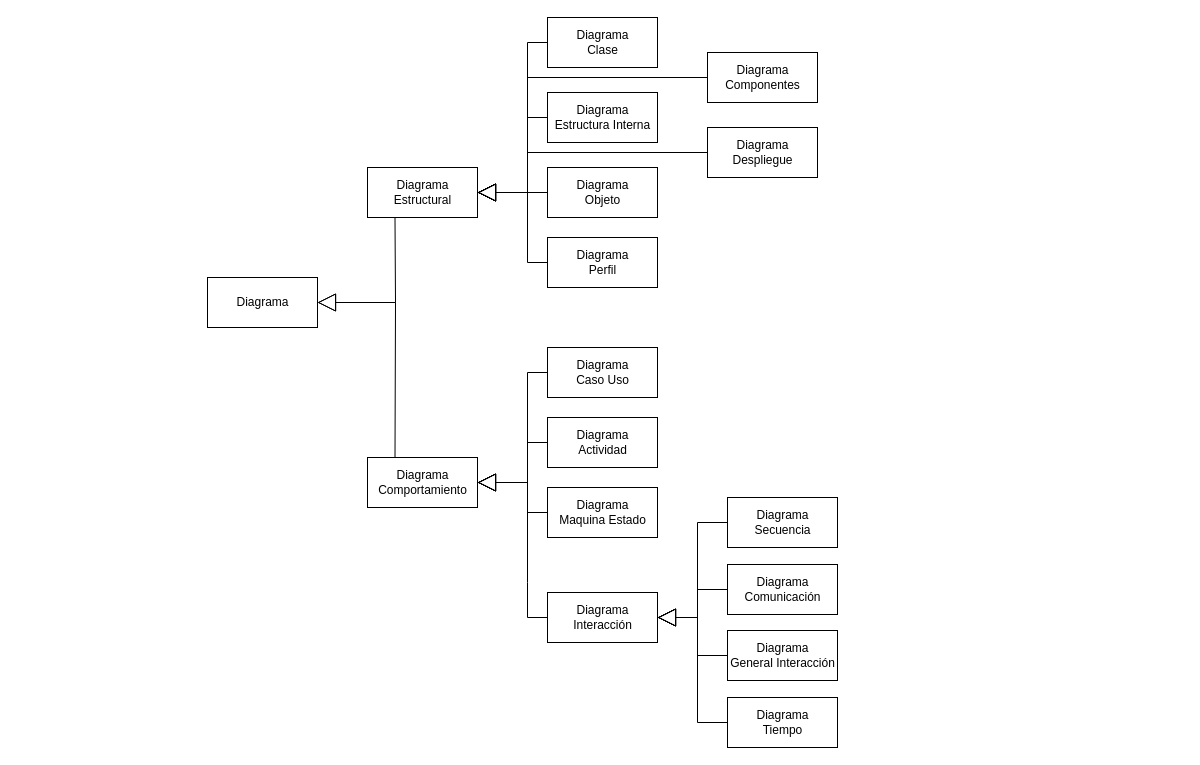
Before: umlDiagram.drawio in mpaulaherrero/IS, a draw.io diagram. Source tidied: cells renumbered, new cells numbered last; positions are measured from the earlier drawing's top-left corner, leaving out a move shared by most shapes. Both pictures are drawn from the tidied source at 100%, with x=0, y=0 at pixel (207, 17).
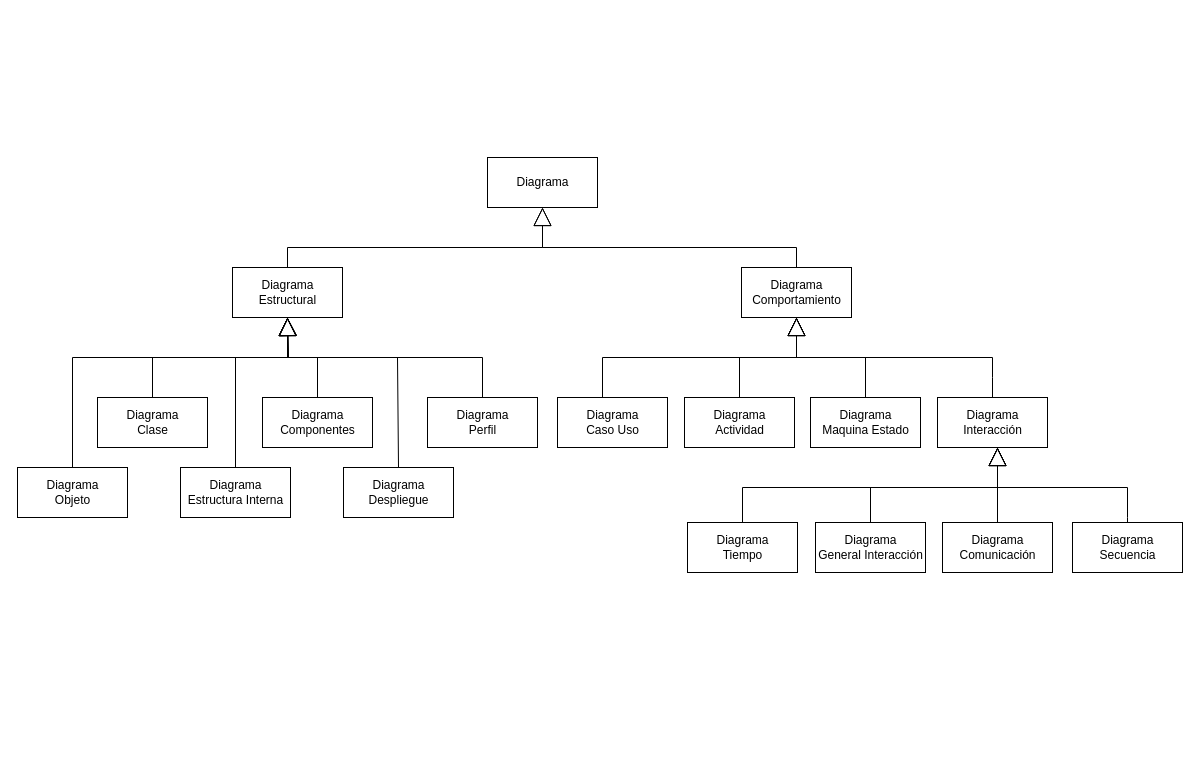
Above is the later version.

Diff of the diagram source:
```diff
@@
     <mxCell id="2" value="Diagrama" style="html=1;" parent="1" vertex="1">
-      <mxGeometry y="260" width="110" height="50" as="geometry" />
+      <mxGeometry x="280" y="140" width="110" height="50" as="geometry" />
     </mxCell>
     <mxCell id="3" value="&lt;div&gt;Diagrama &lt;br&gt;&lt;/div&gt;&lt;div&gt;Estructural&lt;/div&gt;" style="html=1;" parent="1" vertex="1">
-      <mxGeometry x="160" y="150" width="110" height="50" as="geometry" />
+      <mxGeometry x="25" y="250" width="110" height="50" as="geometry" />
     </mxCell>
     <mxCell id="4" value="&lt;div&gt;Diagrama &lt;br&gt;&lt;/div&gt;&lt;div&gt;Comportamiento&lt;/div&gt;" style="html=1;" parent="1" vertex="1">
-      <mxGeometry x="160" y="440" width="110" height="50" as="geometry" />
+      <mxGeometry x="534" y="250" width="110" height="50" as="geometry" />
     </mxCell>
-    <mxCell id="5" style="endArrow=block;endSize=16;endFill=0;html=1;rounded=0;entryX=1;entryY=0.5;entryDx=0;entryDy=0;exitX=0.25;exitY=0;exitDx=0;exitDy=0;" parent="1" edge="1" source="4" target="2">
+    <mxCell id="5" style="endArrow=block;endSize=16;endFill=0;html=1;rounded=0;exitX=0.5;exitY=0;exitDx=0;exitDy=0;entryX=0.5;entryY=1;entryDx=0;entryDy=0;" parent="1" edge="1" source="4" target="2">
       <mxGeometry relative="1" as="geometry">
         <Array as="points">
-          <mxPoint x="188" y="285" />
+          <mxPoint x="589" y="230" />
+          <mxPoint x="335" y="230" />
         </Array>
       </mxGeometry>
     </mxCell>
-    <mxCell id="6" style="endArrow=block;endSize=16;endFill=0;html=1;rounded=0;exitX=0.25;exitY=1;exitDx=0;exitDy=0;" parent="1" edge="1" source="3" target="2">
+    <mxCell id="6" style="endArrow=block;endSize=16;endFill=0;html=1;rounded=0;exitX=0.5;exitY=0;exitDx=0;exitDy=0;entryX=0.5;entryY=1;entryDx=0;entryDy=0;" parent="1" edge="1" source="3" target="2">
       <mxGeometry relative="1" as="geometry">
         <Array as="points">
-          <mxPoint x="188" y="285" />
+          <mxPoint x="80" y="230" />
+          <mxPoint x="335" y="230" />
         </Array>
       </mxGeometry>
     </mxCell>
     <mxCell id="7" value="&lt;div&gt;Diagrama &lt;br&gt;&lt;/div&gt;&lt;div&gt;Clase&lt;/div&gt;" style="html=1;" parent="1" vertex="1">
-      <mxGeometry x="340" width="110" height="50" as="geometry" />
+      <mxGeometry x="-110" y="380" width="110" height="50" as="geometry" />
     </mxCell>
-    <mxCell id="8" style="endArrow=block;endSize=16;endFill=0;html=1;rounded=0;exitX=0;exitY=0.5;exitDx=0;exitDy=0;entryX=1;entryY=0.5;entryDx=0;entryDy=0;" parent="1" edge="1" source="7" target="3">
+    <mxCell id="8" style="endArrow=block;endSize=16;endFill=0;html=1;rounded=0;exitX=0.5;exitY=0;exitDx=0;exitDy=0;entryX=0.5;entryY=1;entryDx=0;entryDy=0;" parent="1" edge="1" source="7" target="3">
       <mxGeometry relative="1" as="geometry">
         <Array as="points">
-          <mxPoint x="320" y="25" />
-          <mxPoint x="320" y="175" />
+          <mxPoint x="-55" y="340" />
+          <mxPoint x="81" y="340" />
         </Array>
       </mxGeometry>
     </mxCell>
     <mxCell id="9" value="&lt;div&gt;Diagrama &lt;br&gt;&lt;/div&gt;&lt;div&gt;Estructura Interna&lt;br&gt;&lt;/div&gt;" style="html=1;" parent="1" vertex="1">
-      <mxGeometry x="340" y="75" width="110" height="50" as="geometry" />
+      <mxGeometry x="-27" y="450" width="110" height="50" as="geometry" />
     </mxCell>
     <mxCell id="10" value="&lt;div&gt;Diagrama &lt;br&gt;&lt;/div&gt;&lt;div&gt;Actividad&lt;br&gt;&lt;/div&gt;" style="html=1;" parent="1" vertex="1">
-      <mxGeometry x="340" y="400" width="110" height="50" as="geometry" />
+      <mxGeometry x="477" y="380" width="110" height="50" as="geometry" />
     </mxCell>
     <mxCell id="11" value="&lt;div&gt;Diagrama &lt;br&gt;&lt;/div&gt;&lt;div&gt;Componentes&lt;br&gt;&lt;/div&gt;" style="html=1;" parent="1" vertex="1">
-      <mxGeometry x="500" y="35" width="110" height="50" as="geometry" />
+      <mxGeometry x="55" y="380" width="110" height="50" as="geometry" />
     </mxCell>
     <mxCell id="12" value="&lt;div&gt;Diagrama &lt;br&gt;&lt;/div&gt;&lt;div&gt;Despliegue&lt;br&gt;&lt;/div&gt;" style="html=1;" parent="1" vertex="1">
-      <mxGeometry x="500" y="110" width="110" height="50" as="geometry" />
+      <mxGeometry x="136" y="450" width="110" height="50" as="geometry" />
     </mxCell>
     <mxCell id="13" value="&lt;div&gt;Diagrama &lt;br&gt;&lt;/div&gt;&lt;div&gt;Objeto&lt;br&gt;&lt;/div&gt;" style="html=1;" parent="1" vertex="1">
-      <mxGeometry x="340" y="150" width="110" height="50" as="geometry" />
+      <mxGeometry x="-190" y="450" width="110" height="50" as="geometry" />
     </mxCell>
     <mxCell id="14" value="&lt;div&gt;Diagrama &lt;br&gt;&lt;/div&gt;&lt;div&gt;Caso Uso&lt;br&gt;&lt;/div&gt;" style="html=1;" parent="1" vertex="1">
-      <mxGeometry x="340" y="330" width="110" height="50" as="geometry" />
+      <mxGeometry x="350" y="380" width="110" height="50" as="geometry" />
     </mxCell>
     <mxCell id="15" value="&lt;div&gt;Diagrama &lt;br&gt;&lt;/div&gt;&lt;div&gt;Maquina Estado&lt;br&gt;&lt;/div&gt;" style="html=1;" parent="1" vertex="1">
-      <mxGeometry x="340" y="470" width="110" height="50" as="geometry" />
+      <mxGeometry x="603" y="380" width="110" height="50" as="geometry" />
     </mxCell>
     <mxCell id="16" value="&lt;div&gt;Diagrama &lt;br&gt;&lt;/div&gt;&lt;div&gt;Interacción&lt;br&gt;&lt;/div&gt;" style="html=1;" parent="1" vertex="1">
-      <mxGeometry x="340" y="575" width="110" height="50" as="geometry" />
+      <mxGeometry x="730" y="380" width="110" height="50" as="geometry" />
     </mxCell>
     <mxCell id="17" value="&lt;div&gt;Diagrama &lt;br&gt;&lt;/div&gt;&lt;div&gt;Secuencia&lt;br&gt;&lt;/div&gt;" style="html=1;flipV=1;flipH=1;" parent="1" vertex="1">
-      <mxGeometry x="520" y="480" width="110" height="50" as="geometry" />
+      <mxGeometry x="865" y="505" width="110" height="50" as="geometry" />
     </mxCell>
     <mxCell id="18" value="&lt;div&gt;Diagrama &lt;br&gt;&lt;/div&gt;&lt;div&gt;Comunicación&lt;br&gt;&lt;/div&gt;" style="html=1;flipV=1;flipH=1;" parent="1" vertex="1">
-      <mxGeometry x="520" y="547" width="110" height="50" as="geometry" />
+      <mxGeometry x="735" y="505" width="110" height="50" as="geometry" />
     </mxCell>
     <mxCell id="19" value="&lt;div&gt;Diagrama &lt;br&gt;&lt;/div&gt;&lt;div&gt;General Interacción&lt;br&gt;&lt;/div&gt;" style="html=1;flipV=1;flipH=1;" parent="1" vertex="1">
-      <mxGeometry x="520" y="613" width="110" height="50" as="geometry" />
+      <mxGeometry x="608" y="505" width="110" height="50" as="geometry" />
     </mxCell>
     <mxCell id="20" value="&lt;div&gt;Diagrama &lt;br&gt;&lt;/div&gt;&lt;div&gt;Tiempo&lt;br&gt;&lt;/div&gt;" style="html=1;flipV=1;flipH=1;" parent="1" vertex="1">
-      <mxGeometry x="520" y="680" width="110" height="50" as="geometry" />
+      <mxGeometry x="480" y="505" width="110" height="50" as="geometry" />
     </mxCell>
     <mxCell id="21" value="&lt;div&gt;Diagrama &lt;br&gt;&lt;/div&gt;&lt;div&gt;Perfil&lt;br&gt;&lt;/div&gt;" style="html=1;" parent="1" vertex="1">
-      <mxGeometry x="340" y="220" width="110" height="50" as="geometry" />
+      <mxGeometry x="220" y="380" width="110" height="50" as="geometry" />
     </mxCell>
-    <mxCell id="22" style="endArrow=block;endSize=16;endFill=0;html=1;rounded=0;exitX=0;exitY=0.5;exitDx=0;exitDy=0;entryX=1;entryY=0.5;entryDx=0;entryDy=0;" parent="1" edge="1" source="9" target="3">
+    <mxCell id="22" style="endArrow=block;endSize=16;endFill=0;html=1;rounded=0;exitX=0.5;exitY=0;exitDx=0;exitDy=0;" parent="1" edge="1" source="9">
       <mxGeometry relative="1" as="geometry">
+        <mxPoint x="80" y="300" as="targetPoint" />
         <Array as="points">
-          <mxPoint x="320" y="100" />
-          <mxPoint x="320" y="175" />
+          <mxPoint x="28" y="340" />
+          <mxPoint x="80" y="340" />
         </Array>
       </mxGeometry>
     </mxCell>
-    <mxCell id="23" style="endArrow=block;endSize=16;endFill=0;html=1;rounded=0;exitX=0;exitY=0.5;exitDx=0;exitDy=0;entryX=1;entryY=0.5;entryDx=0;entryDy=0;" parent="1" edge="1" source="11" target="3">
+    <mxCell id="23" style="endArrow=block;endSize=16;endFill=0;html=1;rounded=0;exitX=0.5;exitY=0;exitDx=0;exitDy=0;entryX=0.5;entryY=1;entryDx=0;entryDy=0;" parent="1" edge="1" source="11" target="3">
       <mxGeometry relative="1" as="geometry">
         <Array as="points">
-          <mxPoint x="320" y="60" />
-          <mxPoint x="320" y="175" />
+          <mxPoint x="110" y="340" />
+          <mxPoint x="80" y="340" />
         </Array>
       </mxGeometry>
     </mxCell>
-    <mxCell id="24" style="endArrow=block;endSize=16;endFill=0;html=1;rounded=0;exitX=0;exitY=0.5;exitDx=0;exitDy=0;entryX=1;entryY=0.5;entryDx=0;entryDy=0;" parent="1" edge="1" source="12" target="3">
+    <mxCell id="24" style="endArrow=block;endSize=16;endFill=0;html=1;rounded=0;exitX=0.5;exitY=0;exitDx=0;exitDy=0;entryX=0.5;entryY=1;entryDx=0;entryDy=0;" parent="1" edge="1" source="12" target="3">
       <mxGeometry relative="1" as="geometry">
         <Array as="points">
-          <mxPoint x="320" y="135" />
-          <mxPoint x="320" y="175" />
+          <mxPoint x="190" y="340" />
+          <mxPoint x="80" y="340" />
         </Array>
       </mxGeometry>
     </mxCell>
-    <mxCell id="25" style="endArrow=block;endSize=16;endFill=0;html=1;rounded=0;exitX=0;exitY=0.5;exitDx=0;exitDy=0;entryX=1;entryY=0.5;entryDx=0;entryDy=0;" parent="1" edge="1" source="13" target="3">
-      <mxGeometry relative="1" as="geometry" />
+    <mxCell id="25" style="endArrow=block;endSize=16;endFill=0;html=1;rounded=0;exitX=0.5;exitY=0;exitDx=0;exitDy=0;entryX=0.5;entryY=1;entryDx=0;entryDy=0;" parent="1" edge="1" source="13" target="3">
+      <mxGeometry relative="1" as="geometry">
+        <Array as="points">
+          <mxPoint x="-135" y="340" />
+          <mxPoint x="81" y="340" />
+        </Array>
+      </mxGeometry>
     </mxCell>
-    <mxCell id="26" style="endArrow=block;endSize=16;endFill=0;html=1;rounded=0;exitX=0;exitY=0.5;exitDx=0;exitDy=0;entryX=1;entryY=0.5;entryDx=0;entryDy=0;" parent="1" edge="1" source="21" target="3">
+    <mxCell id="26" style="endArrow=block;endSize=16;endFill=0;html=1;rounded=0;exitX=0.5;exitY=0;exitDx=0;exitDy=0;entryX=0.5;entryY=1;entryDx=0;entryDy=0;" parent="1" edge="1" target="3">
       <mxGeometry relative="1" as="geometry">
+        <mxPoint x="275" y="380" as="sourcePoint" />
         <Array as="points">
-          <mxPoint x="320" y="245" />
-          <mxPoint x="320" y="175" />
+          <mxPoint x="275" y="340" />
+          <mxPoint x="80" y="340" />
         </Array>
       </mxGeometry>
     </mxCell>
-    <mxCell id="27" style="endArrow=block;endSize=16;endFill=0;html=1;rounded=0;exitX=0;exitY=0.5;exitDx=0;exitDy=0;entryX=1;entryY=0.5;entryDx=0;entryDy=0;" parent="1" edge="1" source="14" target="4">
+    <mxCell id="27" style="endArrow=block;endSize=16;endFill=0;html=1;rounded=0;entryX=0.5;entryY=1;entryDx=0;entryDy=0;" parent="1" edge="1" target="4">
       <mxGeometry relative="1" as="geometry">
+        <mxPoint x="395" y="380" as="sourcePoint" />
         <Array as="points">
-          <mxPoint x="320" y="355" />
-          <mxPoint x="320" y="465" />
+          <mxPoint x="395" y="340" />
+          <mxPoint x="589" y="340" />
         </Array>
       </mxGeometry>
     </mxCell>
-    <mxCell id="28" style="endArrow=block;endSize=16;endFill=0;html=1;rounded=0;exitX=0;exitY=0.5;exitDx=0;exitDy=0;entryX=1;entryY=0.5;entryDx=0;entryDy=0;" parent="1" edge="1" source="10" target="4">
+    <mxCell id="28" style="endArrow=block;endSize=16;endFill=0;html=1;rounded=0;exitX=0.5;exitY=0;exitDx=0;exitDy=0;entryX=0.5;entryY=1;entryDx=0;entryDy=0;" parent="1" edge="1" source="10" target="4">
       <mxGeometry relative="1" as="geometry">
         <Array as="points">
-          <mxPoint x="320" y="425" />
-          <mxPoint x="320" y="465" />
+          <mxPoint x="532" y="340" />
+          <mxPoint x="589" y="340" />
         </Array>
       </mxGeometry>
     </mxCell>
-    <mxCell id="29" style="endArrow=block;endSize=16;endFill=0;html=1;rounded=0;exitX=0;exitY=0.5;exitDx=0;exitDy=0;entryX=1;entryY=0.5;entryDx=0;entryDy=0;" parent="1" edge="1" source="15" target="4">
+    <mxCell id="29" style="endArrow=block;endSize=16;endFill=0;html=1;rounded=0;exitX=0.5;exitY=0;exitDx=0;exitDy=0;entryX=0.5;entryY=1;entryDx=0;entryDy=0;" parent="1" edge="1" source="15" target="4">
       <mxGeometry relative="1" as="geometry">
         <Array as="points">
-          <mxPoint x="320" y="495" />
-          <mxPoint x="320" y="465" />
+          <mxPoint x="658" y="340" />
+          <mxPoint x="589" y="340" />
         </Array>
       </mxGeometry>
     </mxCell>
-    <mxCell id="30" style="endArrow=block;endSize=16;endFill=0;html=1;rounded=0;exitX=0;exitY=0.5;exitDx=0;exitDy=0;entryX=1;entryY=0.5;entryDx=0;entryDy=0;" parent="1" edge="1" source="16" target="4">
+    <mxCell id="30" style="endArrow=block;endSize=16;endFill=0;html=1;rounded=0;exitX=0.5;exitY=0;exitDx=0;exitDy=0;entryX=0.5;entryY=1;entryDx=0;entryDy=0;" parent="1" edge="1" source="16" target="4">
       <mxGeometry relative="1" as="geometry">
         <Array as="points">
-          <mxPoint x="320" y="600" />
-          <mxPoint x="320" y="565" />
-          <mxPoint x="320" y="465" />
+          <mxPoint x="785" y="360" />
+          <mxPoint x="785" y="340" />
+          <mxPoint x="589" y="340" />
         </Array>
       </mxGeometry>
     </mxCell>
-    <mxCell id="31" style="endArrow=block;endSize=16;endFill=0;html=1;rounded=0;exitX=0;exitY=0.5;exitDx=0;exitDy=0;entryX=1;entryY=0.5;entryDx=0;entryDy=0;" parent="1" edge="1" source="17" target="16">
+    <mxCell id="31" style="endArrow=block;endSize=16;endFill=0;html=1;rounded=0;exitX=0.5;exitY=0;exitDx=0;exitDy=0;" parent="1" edge="1" source="17">
       <mxGeometry relative="1" as="geometry">
+        <mxPoint x="790" y="430" as="targetPoint" />
         <Array as="points">
-          <mxPoint x="490" y="505" />
-          <mxPoint x="490" y="600" />
+          <mxPoint x="920" y="500" />
+          <mxPoint x="920" y="470" />
+          <mxPoint x="790" y="470" />
         </Array>
       </mxGeometry>
     </mxCell>
-    <mxCell id="32" style="endArrow=block;endSize=16;endFill=0;html=1;rounded=0;exitX=0;exitY=0.5;exitDx=0;exitDy=0;entryX=1;entryY=0.5;entryDx=0;entryDy=0;" parent="1" edge="1" source="18" target="16">
+    <mxCell id="32" style="endArrow=block;endSize=16;endFill=0;html=1;rounded=0;exitX=0.5;exitY=0;exitDx=0;exitDy=0;" parent="1" edge="1" source="18">
       <mxGeometry relative="1" as="geometry">
-        <Array as="points">
-          <mxPoint x="490" y="572" />
-          <mxPoint x="490" y="600" />
-        </Array>
+        <mxPoint x="790" y="430" as="targetPoint" />
       </mxGeometry>
     </mxCell>
-    <mxCell id="33" style="endArrow=block;endSize=16;endFill=0;html=1;rounded=0;exitX=0;exitY=0.5;exitDx=0;exitDy=0;entryX=1;entryY=0.5;entryDx=0;entryDy=0;" parent="1" edge="1" source="19" target="16">
+    <mxCell id="33" style="endArrow=block;endSize=16;endFill=0;html=1;rounded=0;exitX=0.5;exitY=0;exitDx=0;exitDy=0;" parent="1" edge="1" source="19">
       <mxGeometry relative="1" as="geometry">
+        <mxPoint x="790" y="430" as="targetPoint" />
         <Array as="points">
-          <mxPoint x="490" y="638" />
-          <mxPoint x="490" y="600" />
+          <mxPoint x="663" y="470" />
+          <mxPoint x="790" y="470" />
         </Array>
       </mxGeometry>
     </mxCell>
-    <mxCell id="34" style="endArrow=block;endSize=16;endFill=0;html=1;rounded=0;exitX=0;exitY=0.5;exitDx=0;exitDy=0;entryX=1;entryY=0.5;entryDx=0;entryDy=0;" parent="1" edge="1" source="20" target="16">
+    <mxCell id="34" style="endArrow=block;endSize=16;endFill=0;html=1;rounded=0;exitX=0.5;exitY=0;exitDx=0;exitDy=0;" parent="1" edge="1" source="20">
       <mxGeometry relative="1" as="geometry">
+        <mxPoint x="790" y="430" as="targetPoint" />
         <Array as="points">
-          <mxPoint x="490" y="705" />
-          <mxPoint x="490" y="600" />
+          <mxPoint x="535" y="470" />
+          <mxPoint x="790" y="470" />
         </Array>
       </mxGeometry>
     </mxCell>
```
